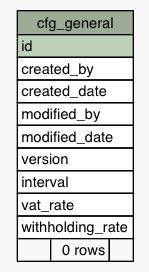
This is Data/settlement/diagrams/summary/cfg_general.1degree.png from eyana-m/python-data-dictionary-writer, a Graphviz export, as it was before one commit. Its source is kept beside it as Data/settlement/diagrams/summary/cfg_general.1degree.dot.
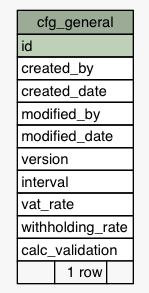
The same diagram one commit later.

Change to the diagram source:
```diff
@@ -28,7 +28,8 @@
       <TR><TD PORT="interval" COLSPAN="3" ALIGN="LEFT">interval</TD></TR>
       <TR><TD PORT="vat_rate" COLSPAN="3" ALIGN="LEFT">vat_rate</TD></TR>
       <TR><TD PORT="withholding_rate" COLSPAN="3" ALIGN="LEFT">withholding_rate</TD></TR>
-      <TR><TD ALIGN="LEFT" BGCOLOR="#f7f7f7">  </TD><TD ALIGN="RIGHT" BGCOLOR="#f7f7f7">0 rows</TD><TD ALIGN="RIGHT" BGCOLOR="#f7f7f7">  </TD></TR>
+      <TR><TD PORT="calc_validation" COLSPAN="3" ALIGN="LEFT">calc_validation</TD></TR>
+      <TR><TD ALIGN="LEFT" BGCOLOR="#f7f7f7">  </TD><TD ALIGN="RIGHT" BGCOLOR="#f7f7f7">1 row</TD><TD ALIGN="RIGHT" BGCOLOR="#f7f7f7">  </TD></TR>
     </TABLE>>
     URL="tables/cfg_general.html"
     tooltip="cfg_general"
```
